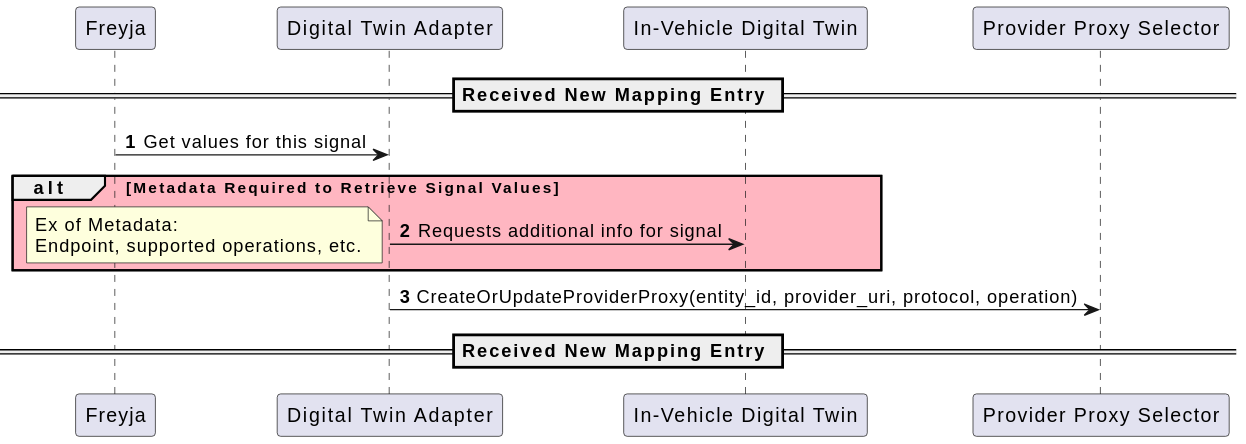
Before: docs/diagrams/digital_twin_adapter_sequence.svg, a diagram exported from PlantUML (eclipse-ibeji/freyja).
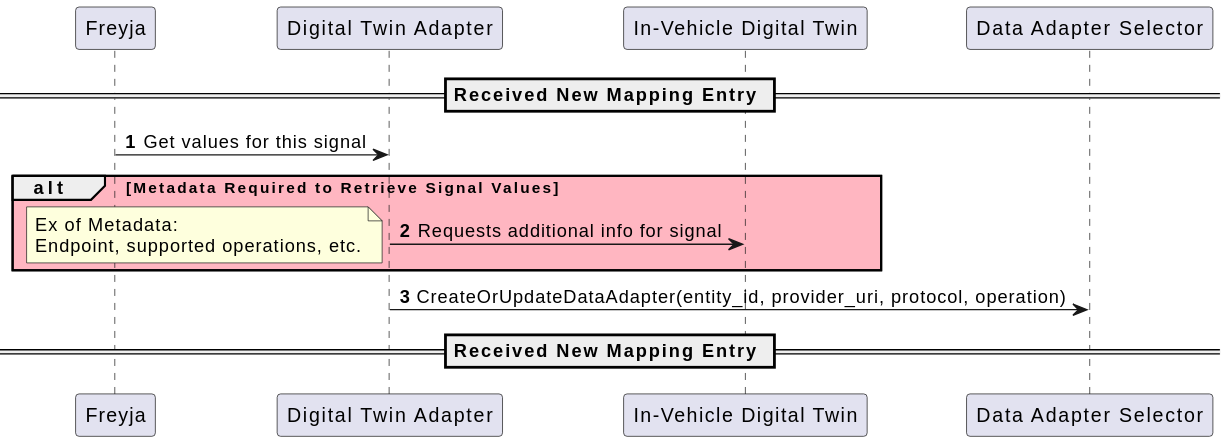
The same diagram one commit later.

What changed in the source:
```diff
@@ -2,7 +2,7 @@
 participant "Freyja"
 participant "Digital Twin Adapter"
 participant "In-Vehicle Digital Twin"
-participant "Provider Proxy Selector"
+participant "Data Adapter Selector"
 
 
 
@@ -21,7 +21,7 @@
     end note
 end
 
-"Digital Twin Adapter"->"Provider Proxy Selector": CreateOrUpdateProviderProxy(entity_id, provider_uri, protocol, operation)
+"Digital Twin Adapter"->"Data Adapter Selector": CreateOrUpdateDataAdapter(entity_id, provider_uri, protocol, operation)
 
 == Received New Mapping Entry ==
 @enduml
```
